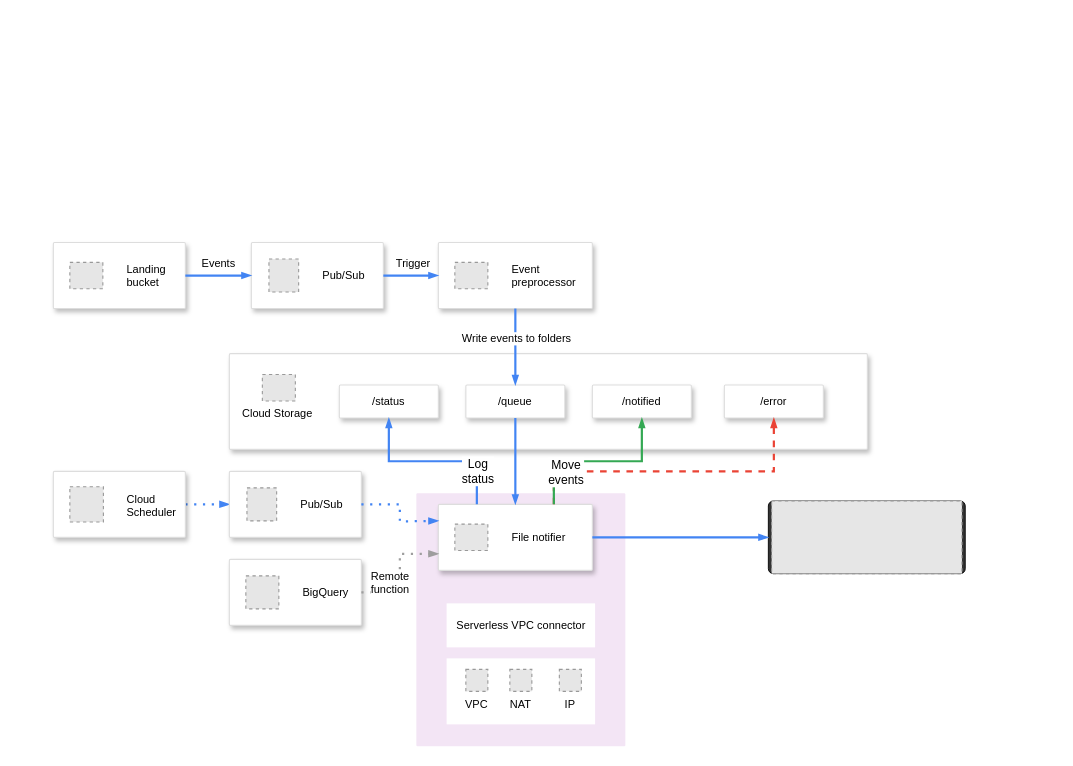
agile-data-engine/ade-file-notifier-reference keeps this draw.io diagram as cloud_resources/gcp/architecture/gcp_notifier.drawio. Above is the earlier version. Source tidied: cells renumbered, new cells numbered last; positions are measured from the earlier drawing's top-left corner, leaving out a move shared by most shapes. Both pictures are drawn from the tidied source at 110%, with x=0, y=0 at pixel (53, 242). Pictures stored in the file or linked from it are replaced by grey dashed boxes.
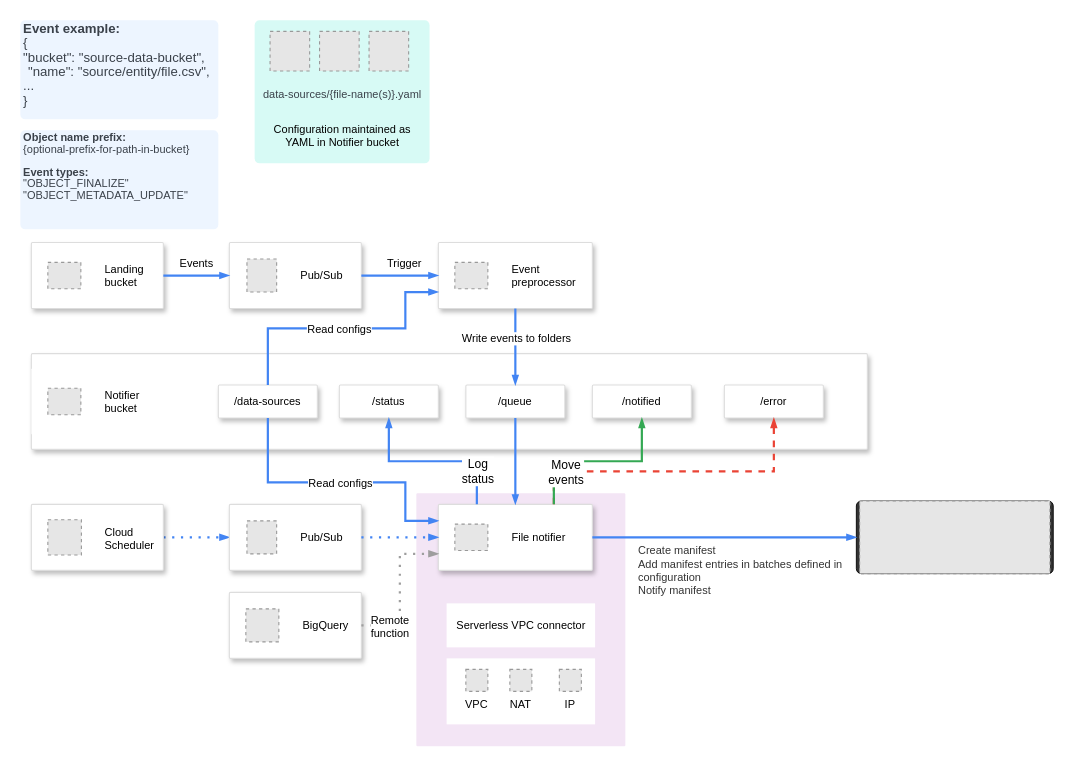
The same diagram, later.

The change refers to these unchanged cells:
```xml
<mxCell id="3" style="strokeColor=#dddddd;shadow=1;strokeWidth=1;rounded=1;absoluteArcSize=1;arcSize=2;" parent="1" vertex="1">
  <mxGeometry x="350" width="140" height="60" as="geometry" />
</mxCell>
<mxCell id="5" style="strokeColor=#dddddd;shadow=1;strokeWidth=1;rounded=1;absoluteArcSize=1;arcSize=2;" parent="1" vertex="1">
  <mxGeometry x="350" y="238" width="140" height="60" as="geometry" />
</mxCell>
<mxCell id="32" style="edgeStyle=orthogonalEdgeStyle;fontSize=12;html=1;endArrow=blockThin;endFill=1;rounded=0;strokeWidth=2;endSize=4;startSize=4;dashed=1;dashPattern=1 3;strokeColor=#9E9E9E;fontColor=#000000;exitX=1;exitY=0.5;exitDx=0;exitDy=0;entryX=0;entryY=0.75;entryDx=0;entryDy=0;" parent="1" edge="1" source="30" target="5">
  <mxGeometry relative="1" as="geometry" />
</mxCell>
```

Diff of the diagram source:
```diff
@@
     <mxCell id="7" style="strokeColor=#dddddd;shadow=1;strokeWidth=1;rounded=1;absoluteArcSize=1;arcSize=2;fontSize=11;" parent="1" vertex="1">
-      <mxGeometry x="160" y="101" width="580" height="87" as="geometry" />
+      <mxGeometry x="-20" y="101" width="760" height="87" as="geometry" />
     </mxCell>
@@
     <mxCell id="12" style="strokeColor=#dddddd;shadow=1;strokeWidth=1;rounded=1;absoluteArcSize=1;arcSize=2;labelBackgroundColor=default;fontSize=10;fontColor=#000000;" parent="1" vertex="1">
-      <mxGeometry x="180" width="120" height="60" as="geometry" />
+      <mxGeometry x="160" width="120" height="60" as="geometry" />
     </mxCell>
@@
     <mxCell id="14" style="strokeColor=#dddddd;shadow=1;strokeWidth=1;rounded=1;absoluteArcSize=1;arcSize=2;labelBackgroundColor=default;fontSize=10;fontColor=#000000;" parent="1" vertex="1">
-      <mxGeometry width="120" height="60" as="geometry" />
+      <mxGeometry x="-20" width="120" height="60" as="geometry" />
     </mxCell>
@@
     <mxCell id="26" style="group;" parent="1" vertex="1">
-      <mxGeometry x="650" y="235" width="179" height="66" as="geometry" />
+      <mxGeometry x="730" y="235" width="179" height="66" as="geometry" />
     </mxCell>
@@
     <mxCell id="30" style="strokeColor=#dddddd;shadow=1;strokeWidth=1;rounded=1;absoluteArcSize=1;arcSize=2;labelBackgroundColor=default;fontSize=10;fontColor=#000000;" parent="1" vertex="1">
-      <mxGeometry x="160" y="288" width="120" height="60" as="geometry" />
+      <mxGeometry x="160" y="318" width="120" height="60" as="geometry" />
     </mxCell>
@@
     <mxCell id="33" value="Remote&lt;br&gt;function" style="edgeLabel;html=1;align=center;verticalAlign=middle;fontSize=10;fontColor=#000000;" parent="32" vertex="1">
       <mxGeometry x="-0.43" relative="1" as="geometry">
-        <mxPoint x="-5" y="-10" as="offset" />
+        <mxPoint x="-10" y="3" as="offset" />
       </mxGeometry>
     </mxCell>
@@
     <mxCell id="40" style="group;" parent="1" vertex="1">
-      <mxGeometry y="208" width="120" height="60" as="geometry" />
+      <mxGeometry x="-20" y="238" width="120" height="60" as="geometry" />
     </mxCell>
@@
     <mxCell id="44" style="strokeColor=#dddddd;shadow=1;strokeWidth=1;rounded=1;absoluteArcSize=1;arcSize=2;labelBackgroundColor=default;fontSize=10;fontColor=#000000;" parent="1" vertex="1">
-      <mxGeometry x="160" y="208" width="120" height="60" as="geometry" />
+      <mxGeometry x="160" y="238" width="120" height="60" as="geometry" />
     </mxCell>
@@
-    <mxCell id="46" style="group;" parent="1" vertex="1">
-      <mxGeometry x="170" y="138" width="70" height="32" as="geometry" />
-    </mxCell>
-    <mxCell id="47" style="fillColor=#E6E6E6;strokeColor=#999999;dashed=1;fontColor=#000000;verticalLabelPosition=middle;labelBackgroundColor=#ffffff;verticalAlign=middle;labelPosition=right;align=left;spacingLeft=20;fontSize=11;" parent="46" vertex="1">
-      <mxGeometry x="20" y="-18" width="30" height="24" as="geometry">
-        <mxPoint x="15" y="18" as="offset" />
-      </mxGeometry>
-    </mxCell>
-    <mxCell id="48" value="&lt;font style=&quot;font-size: 10px;&quot;&gt;Cloud Storage&lt;/font&gt;" style="text;html=1;strokeColor=none;fillColor=none;align=left;verticalAlign=middle;whiteSpace=wrap;rounded=0;fontSize=10;fontColor=#000000;" parent="46" vertex="1">
-      <mxGeometry y="2" width="70" height="30" as="geometry" />
-    </mxCell>
-    <mxCell id="49" style="edgeStyle=orthogonalEdgeStyle;fontSize=12;html=1;endArrow=blockThin;endFill=1;rounded=0;strokeWidth=2;endSize=4;startSize=4;dashed=1;dashPattern=1 3;strokeColor=#4284F3;fontColor=#000000;exitX=1;exitY=0.5;exitDx=0;exitDy=0;" parent="1" edge="1" source="44">
-      <mxGeometry relative="1" as="geometry">
-        <mxPoint x="350" y="253" as="targetPoint" />
-      </mxGeometry>
+    <mxCell id="49" style="edgeStyle=orthogonalEdgeStyle;fontSize=12;html=1;endArrow=blockThin;endFill=1;rounded=0;strokeWidth=2;endSize=4;startSize=4;dashed=1;dashPattern=1 3;strokeColor=#4284F3;fontColor=#000000;exitX=1;exitY=0.5;exitDx=0;exitDy=0;" parent="1" edge="1" source="44" target="5">
+      <mxGeometry relative="1" as="geometry" />
     </mxCell>
@@
+    <mxCell id="52" value="&lt;div style=&quot;display: flex; justify-content: flex-start; text-align: left; align-items: baseline; line-height: 1.25; margin-top: -2px; font-size: 10px;&quot;&gt;&lt;span style=&quot;color: rgb(58, 65, 74); font-weight: bold;&quot;&gt;&lt;font style=&quot;font-size: 10px;&quot;&gt;Object name prefix:&lt;br&gt;&lt;/font&gt;&lt;/span&gt;&lt;/div&gt;&lt;div style=&quot;display: flex; justify-content: flex-start; text-align: left; align-items: baseline; line-height: 1.25; margin-top: -2px; font-size: 10px;&quot;&gt;&lt;span&gt;&lt;span style=&quot;color: rgb(58, 65, 74);&quot;&gt;&lt;font style=&quot;font-size: 10px;&quot;&gt;&lt;span style=&quot;color: rgb(58, 65, 74);&quot;&gt;{optional-prefix-for-path-in-bucket}&lt;/span&gt;&lt;span style=&quot;color: rgb(58, 65, 74); font-weight: bold;&quot;&gt;&lt;br&gt;&lt;/span&gt;&lt;/font&gt;&lt;/span&gt;&lt;/span&gt;&lt;/div&gt;&lt;div style=&quot;display: flex; justify-content: flex-start; text-align: left; align-items: baseline; line-height: 1.25; margin-top: -2px; font-size: 10px;&quot;&gt;&lt;span&gt;&lt;span style=&quot;color: rgb(58, 65, 74); font-weight: bold;&quot;&gt;&lt;font style=&quot;font-size: 10px;&quot;&gt;&lt;br&gt;&lt;/font&gt;&lt;/span&gt;&lt;/span&gt;&lt;/div&gt;&lt;div style=&quot;display: flex; justify-content: flex-start; text-align: left; align-items: baseline; line-height: 1.25; margin-top: -2px; font-size: 10px;&quot;&gt;&lt;span&gt;&lt;span style=&quot;color: rgb(58, 65, 74); font-weight: bold;&quot;&gt;&lt;font style=&quot;font-size: 10px;&quot;&gt;Event types:&lt;br&gt;&lt;/font&gt;&lt;/span&gt;&lt;/span&gt;&lt;/div&gt;&lt;div style=&quot;display: flex; justify-content: flex-start; text-align: left; align-items: baseline; line-height: 1.25; margin-top: -2px; font-size: 10px;&quot;&gt;&lt;span&gt;&lt;span style=&quot;color: rgb(58, 65, 74);&quot;&gt;&lt;span style=&quot;color: rgb(58, 65, 74);&quot;&gt;&lt;font style=&quot;font-size: 10px;&quot;&gt;&quot;OBJECT_FINALIZE&quot;&lt;br&gt;&lt;/font&gt;&lt;/span&gt;&lt;/span&gt;&lt;/span&gt;&lt;/div&gt;&lt;div style=&quot;display: flex; justify-content: flex-start; text-align: left; align-items: baseline; line-height: 1.25; margin-top: -2px; font-size: 10px;&quot;&gt;&lt;span style=&quot;color: rgb(58, 65, 74);&quot;&gt;&lt;font style=&quot;font-size: 10px;&quot;&gt;&quot;OBJECT_METADATA_UPDATE&quot;&lt;/font&gt;&lt;/span&gt;&lt;/div&gt;" style="html=1;overflow=block;blockSpacing=1;whiteSpace=wrap;fontSize=13;spacing=3.8;verticalAlign=top;strokeColor=#5e5e5e;strokeOpacity=0;fillOpacity=100;rounded=1;absoluteArcSize=1;arcSize=9;fillColor=#edf5ff;strokeWidth=2.3;lucidId=knI3iD23--mB;" parent="1" vertex="1">
+      <mxGeometry x="-30" y="-102" width="180" height="90" as="geometry" />
+    </mxCell>
+    <mxCell id="53" value="&lt;div style=&quot;display: flex; justify-content: flex-start; text-align: left; align-items: baseline; line-height: 1.25; margin-top: -2px; font-size: 12px;&quot;&gt;&lt;span style=&quot;color: rgb(58, 65, 74); font-weight: bold;&quot;&gt;&lt;font style=&quot;font-size: 12px;&quot;&gt;Event example:&lt;br&gt;&lt;/font&gt;&lt;/span&gt;&lt;/div&gt;&lt;div style=&quot;display: flex; justify-content: flex-start; text-align: left; align-items: baseline; line-height: 1.25; margin-top: -2px; font-size: 12px;&quot;&gt;&lt;span&gt;&lt;span style=&quot;color: rgb(58, 65, 74);&quot;&gt;&lt;span style=&quot;color: rgb(58, 65, 74);&quot;&gt;&lt;font style=&quot;font-size: 12px;&quot;&gt;{&lt;br&gt;&lt;/font&gt;&lt;/span&gt;&lt;/span&gt;&lt;/span&gt;&lt;/div&gt;&lt;div style=&quot;display: flex; justify-content: flex-start; text-align: left; align-items: baseline; line-height: 1.25; margin-top: -2px; font-size: 12px;&quot;&gt;&lt;span&gt;&lt;span style=&quot;color: rgb(58, 65, 74);&quot;&gt;&lt;font style=&quot;font-size: 12px;&quot;&gt;    &quot;bucket&quot;: &quot;source-data-bucket&quot;,&lt;br&gt;&lt;/font&gt;&lt;/span&gt;&lt;/span&gt;&lt;/div&gt;&lt;div style=&quot;display: flex; justify-content: center; text-align: center; align-items: baseline; line-height: 1.25; margin-top: -2px; font-size: 12px;&quot;&gt;&lt;span&gt;&lt;span style=&quot;color: rgb(58, 65, 74);&quot;&gt;&lt;font style=&quot;font-size: 12px;&quot;&gt;    &quot;name&quot;: &quot;source/entity/file.csv&quot;,&lt;br&gt;&lt;/font&gt;&lt;/span&gt;&lt;/span&gt;&lt;/div&gt;&lt;div style=&quot;display: flex; justify-content: flex-start; text-align: left; align-items: baseline; line-height: 1.25; margin-top: -2px; font-size: 12px;&quot;&gt;&lt;span&gt;&lt;span style=&quot;color: rgb(58, 65, 74);&quot;&gt;&lt;font style=&quot;font-size: 12px;&quot;&gt;    ...&lt;br&gt;&lt;/font&gt;&lt;/span&gt;&lt;/span&gt;&lt;/div&gt;&lt;div style=&quot;display: flex; justify-content: flex-start; text-align: left; align-items: baseline; line-height: 1.25; margin-top: -2px; font-size: 12px;&quot;&gt;&lt;span style=&quot;color: rgb(58, 65, 74);&quot;&gt;&lt;font style=&quot;font-size: 12px;&quot;&gt;}&lt;/font&gt;&lt;/span&gt;&lt;/div&gt;" style="html=1;overflow=block;blockSpacing=1;whiteSpace=wrap;fontSize=13;spacing=3.8;verticalAlign=top;strokeColor=#5e5e5e;strokeOpacity=0;fillOpacity=100;rounded=1;absoluteArcSize=1;arcSize=9;fillColor=#edf5ff;strokeWidth=2.3;lucidId=knI3eQS22q9f;" parent="1" vertex="1">
+      <mxGeometry x="-30" y="-202" width="180" height="90" as="geometry" />
+    </mxCell>
+    <mxCell id="54" style="strokeColor=none;shadow=0;strokeWidth=1;rounded=1;absoluteArcSize=1;arcSize=2;labelBackgroundColor=default;fontSize=10;fontColor=#000000;" parent="1" vertex="1">
+      <mxGeometry x="-20" y="114.5" width="120" height="60" as="geometry" />
+    </mxCell>
+    <mxCell id="55" value="Notifier&#10;bucket" style="fillColor=#E6E6E6;strokeColor=#999999;dashed=1;fontColor=#000000;verticalLabelPosition=middle;labelBackgroundColor=#ffffff;verticalAlign=middle;labelPosition=right;align=left;spacingLeft=20;fontSize=10;" parent="54" vertex="1">
+      <mxGeometry width="30" height="24" relative="1" as="geometry">
+        <mxPoint x="15" y="18" as="offset" />
+      </mxGeometry>
+    </mxCell>
+    <mxCell id="56" value="/data-sources" style="strokeColor=#dddddd;shadow=1;strokeWidth=1;rounded=1;absoluteArcSize=1;arcSize=2;fontSize=10;" parent="1" vertex="1">
+      <mxGeometry x="150" y="129.5" width="90" height="30" as="geometry" />
+    </mxCell>
+    <mxCell id="57" style="edgeStyle=orthogonalEdgeStyle;fontSize=12;html=1;endArrow=blockThin;endFill=1;rounded=0;strokeWidth=2;endSize=4;startSize=4;dashed=0;strokeColor=#4284F3;exitX=0.5;exitY=0;exitDx=0;exitDy=0;entryX=0;entryY=0.75;entryDx=0;entryDy=0;" parent="1" edge="1" source="56" target="3">
+      <mxGeometry relative="1" as="geometry">
+        <Array as="points">
+          <mxPoint x="195" y="78" />
+          <mxPoint x="320" y="78" />
+          <mxPoint x="320" y="45" />
+        </Array>
+      </mxGeometry>
+    </mxCell>
+    <mxCell id="58" value="&lt;font style=&quot;font-size: 10px;&quot;&gt;Read configs&lt;/font&gt;" style="edgeLabel;html=1;align=center;verticalAlign=middle;fontSize=12;" parent="57" vertex="1">
+      <mxGeometry x="0.13" relative="1" as="geometry">
+        <mxPoint x="-19" as="offset" />
+      </mxGeometry>
+    </mxCell>
+    <mxCell id="59" style="edgeStyle=orthogonalEdgeStyle;fontSize=12;html=1;endArrow=blockThin;endFill=1;rounded=0;strokeWidth=2;endSize=4;startSize=4;dashed=0;strokeColor=#4284F3;exitX=0.5;exitY=1;exitDx=0;exitDy=0;entryX=0;entryY=0.25;entryDx=0;entryDy=0;" parent="1" edge="1" source="56" target="5">
+      <mxGeometry relative="1" as="geometry">
+        <Array as="points">
+          <mxPoint x="195" y="218" />
+          <mxPoint x="320" y="218" />
+          <mxPoint x="320" y="253" />
+        </Array>
+      </mxGeometry>
+    </mxCell>
+    <mxCell id="60" value="Read configs" style="edgeLabel;html=1;align=center;verticalAlign=middle;fontSize=10;" parent="59" vertex="1">
+      <mxGeometry x="-0.06" relative="1" as="geometry">
+        <mxPoint x="7" as="offset" />
+      </mxGeometry>
+    </mxCell>
+    <mxCell id="61" value="&lt;span style=&quot;&quot; data-lucid-content=&quot;{&amp;quot;t&amp;quot;:&amp;quot;Get open manifests\nCreate manifest (if no open manifests)\nAdd manifest entry\nNotify manifest (if single_file_manifest = true)&amp;quot;,&amp;quot;m&amp;quot;:[{&amp;quot;s&amp;quot;:0,&amp;quot;n&amp;quot;:&amp;quot;s&amp;quot;,&amp;quot;v&amp;quot;:17.77777777777778,&amp;quot;e&amp;quot;:125},{&amp;quot;s&amp;quot;:0,&amp;quot;n&amp;quot;:&amp;quot;c&amp;quot;,&amp;quot;v&amp;quot;:&amp;quot;333333ff&amp;quot;,&amp;quot;e&amp;quot;:125},{&amp;quot;s&amp;quot;:0,&amp;quot;n&amp;quot;:&amp;quot;fc&amp;quot;,&amp;quot;v&amp;quot;:&amp;quot;Regular&amp;quot;,&amp;quot;e&amp;quot;:125},{&amp;quot;s&amp;quot;:0,&amp;quot;n&amp;quot;:&amp;quot;fid&amp;quot;,&amp;quot;v&amp;quot;:2,&amp;quot;e&amp;quot;:125}]}&quot;&gt;&lt;span style=&quot;color: rgb(51, 51, 51);&quot;&gt;Create manifest&lt;br&gt;&lt;/span&gt;&lt;span style=&quot;color: rgb(51, 51, 51);&quot;&gt;Add manifest entries in batches defined in configuration&lt;br&gt;&lt;/span&gt;&lt;span style=&quot;color: rgb(51, 51, 51);&quot;&gt;Notify manifest&lt;/span&gt;&lt;/span&gt;" style="text;whiteSpace=wrap;html=1;fontSize=10;" parent="1" vertex="1">
+      <mxGeometry x="530" y="268" width="190" height="70" as="geometry" />
+    </mxCell>
+    <mxCell id="62" style="group;" parent="1" vertex="1">
+      <mxGeometry x="167.5" y="-202" width="190" height="130" as="geometry" />
+    </mxCell>
+    <mxCell id="63" style="html=1;overflow=block;blockSpacing=1;whiteSpace=wrap;fontSize=13;spacing=3.8;strokeColor=#5e5e5e;strokeOpacity=0;fillOpacity=100;rounded=1;absoluteArcSize=1;arcSize=9;fillColor=#d7faf5;strokeWidth=2.3;lucidId=knI3quqcHZnL;" parent="62" vertex="1">
+      <mxGeometry x="15.5" width="159" height="130" as="geometry" />
+    </mxCell>
+    <mxCell id="64" style="fillColor=#E6E6E6;strokeColor=#999999;dashed=1;verticalLabelPosition=bottom;labelBackgroundColor=default;verticalAlign=top;" parent="62" vertex="1">
+      <mxGeometry x="29.5" y="10" width="36" height="36" as="geometry" />
+    </mxCell>
+    <mxCell id="65" style="fillColor=#E6E6E6;strokeColor=#999999;dashed=1;verticalLabelPosition=bottom;labelBackgroundColor=default;verticalAlign=top;" parent="62" vertex="1">
+      <mxGeometry x="74.5" y="10" width="36" height="36" as="geometry" />
+    </mxCell>
+    <mxCell id="66" value="&lt;font style=&quot;font-size: 10px;&quot;&gt;data-sources/{file-name(s)}.yaml&lt;/font&gt;" style="html=1;overflow=block;blockSpacing=1;whiteSpace=wrap;fontSize=13.3;fontColor=#3a414a;spacing=3.8;strokeOpacity=0;fillOpacity=0;rounded=1;absoluteArcSize=1;arcSize=9;fillColor=#ffffff;strokeWidth=0.8;lucidId=knI3L~YC_--j;" parent="62" vertex="1">
+      <mxGeometry y="42" width="190" height="48" as="geometry" />
+    </mxCell>
+    <mxCell id="67" style="fillColor=#E6E6E6;strokeColor=#999999;dashed=1;verticalLabelPosition=bottom;labelBackgroundColor=default;verticalAlign=top;" parent="62" vertex="1">
+      <mxGeometry x="119.5" y="10" width="36" height="36" as="geometry" />
+    </mxCell>
+    <mxCell id="68" value="Configuration maintained as YAML in Notifier bucket" style="text;html=1;strokeColor=none;fillColor=none;align=center;verticalAlign=middle;whiteSpace=wrap;rounded=0;fontSize=10;" parent="62" vertex="1">
+      <mxGeometry x="25" y="90" width="140" height="30" as="geometry" />
+    </mxCell>
```
